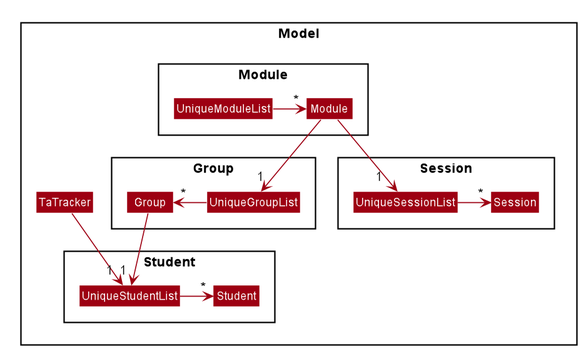
Before: docs/images/StudentModelClassDiagram.png, a diagram exported from PlantUML (nus-cs2103-AY1920S2/addressbook-level3). Its diagram source:
```plantuml
@startuml








skinparam BackgroundColor #FFFFFFF

skinparam Shadowing false

skinparam Class {
    FontColor #FFFFFF
    BorderThickness 1
    BorderColor #FFFFFF
    StereotypeFontColor #FFFFFF
    FontName Arial
}

skinparam Actor {
    BorderColor #000000
    Color #000000
    FontName Arial
}

skinparam Sequence {
    MessageAlign center
    BoxFontSize 15
    BoxPadding 0
    BoxFontColor #FFFFFF
    FontName Arial
}

skinparam Participant {
    FontColor #FFFFFFF
    Padding 20
}

skinparam MinClassWidth 50
skinparam ParticipantPadding 10
skinparam Shadowing false
skinparam DefaultTextAlignment center
skinparam packageStyle Rectangle

hide footbox
hide members
hide circle
package Model {

skinparam arrowThickness 1.1
skinparam arrowColor #9D0012
skinparam classBackgroundColor #9D0012

class TaTracker

package Module {
class Module
class UniqueModuleList
}
package Group {
class Group
class UniqueGroupList
}
package Session {
class Session
class UniqueSessionList
}
package Student {
class Student
class UniqueStudentList
}
}

TaTracker --> "1 " UniqueStudentList

UniqueModuleList -right-> "*" Module

Module --> "1" UniqueGroupList
Module --> "1  " UniqueSessionList

UniqueGroupList -left-> "*" Group
UniqueSessionList -right-> "*" Session

Group --> "1 " UniqueStudentList
UniqueStudentList -right-> "*" Student

@enduml
```
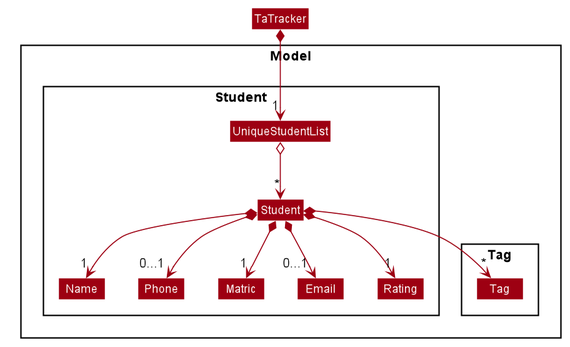
Above is the later version.

Commit message:
Update AddStudent Sequence Diagram

The edit, as a diff of the source:
```diff
@@ -47,43 +47,40 @@
 hide footbox
 hide members
 hide circle
-package Model {
-
 skinparam arrowThickness 1.1
 skinparam arrowColor #9D0012
 skinparam classBackgroundColor #9D0012
 
-class TaTracker
+Package Model <<Rectangle>>{
 
-package Module {
-class Module
-class UniqueModuleList
+Package Student {
+Class Student
+Class Email
+Class Matric
+Class Name
+Class Phone
+Class Rating
+Class UniqueStudentList
 }
-package Group {
-class Group
-class UniqueGroupList
-}
-package Session {
-class Session
-class UniqueSessionList
-}
-package Student {
-class Student
-class UniqueStudentList
+
+Package Tag {
+Class Tag
 }
 }
 
-TaTracker --> "1 " UniqueStudentList
+Class HiddenOutside #FFFFFF
 
-UniqueModuleList -right-> "*" Module
+TaTracker *--> "1" UniqueStudentList
+UniqueStudentList o--> "*" Student
+Student *-->"1" Name
+Student *-->"0...1" Phone
+Student *-->"0...1" Email
+Student *-->"1" Matric
+Student *-->"1" Rating
+Student *--> "*" Tag
 
-Module --> "1" UniqueGroupList
-Module --> "1  " UniqueSessionList
-
-UniqueGroupList -left-> "*" Group
-UniqueSessionList -right-> "*" Session
-
-Group --> "1 " UniqueStudentList
-UniqueStudentList -right-> "*" Student
+Name -[hidden]right-> Phone
+Phone -[hidden]right-> Matric
+Matric -[hidden]right-> Email
 
 @enduml
```
